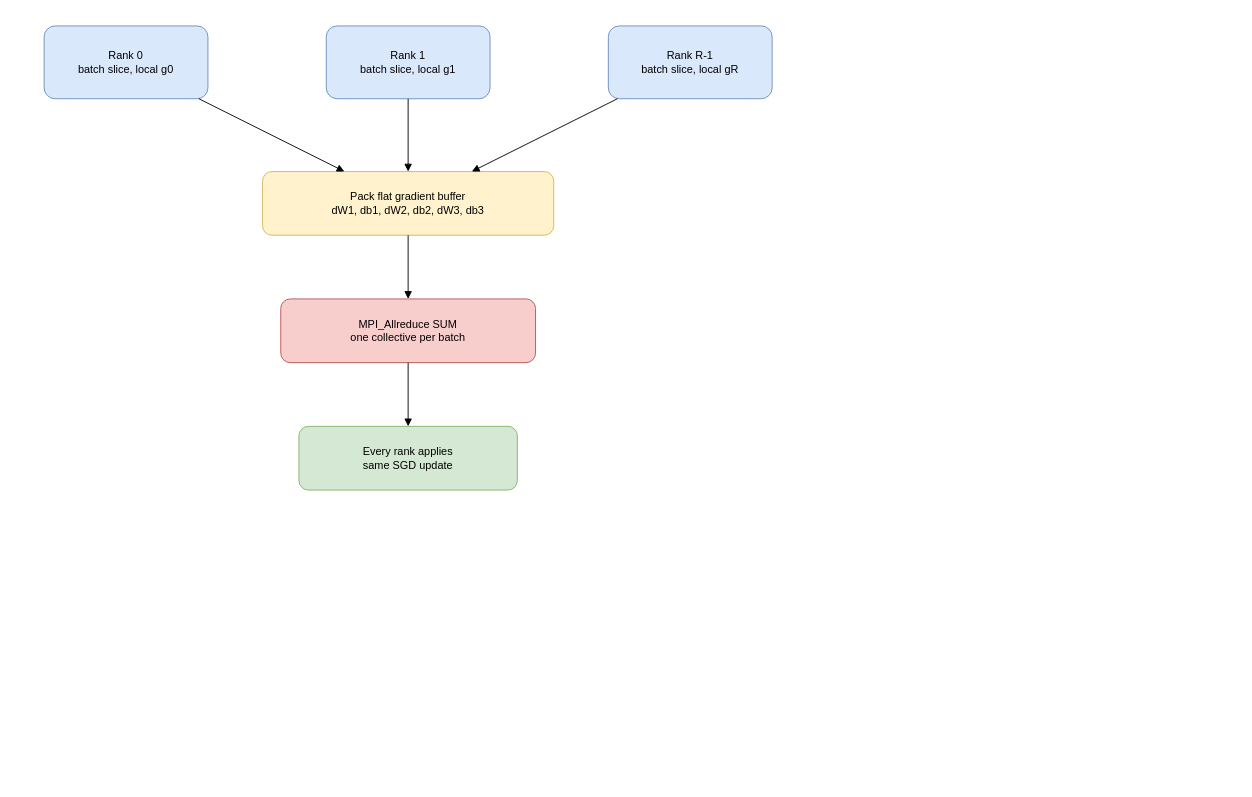
This is page "MPI" (5 of 7) of docs/diagrams/hpc_workflows.drawio from munsif-dev/hpc-project, a draw.io file, before an edit. Source tidied: cells renumbered, new cells numbered last; positions are measured from the earlier drawing's top-left corner, leaving out a move shared by most shapes. Both pictures are drawn from the tidied source at 91%, with x=0, y=0 at pixel (44, 25).
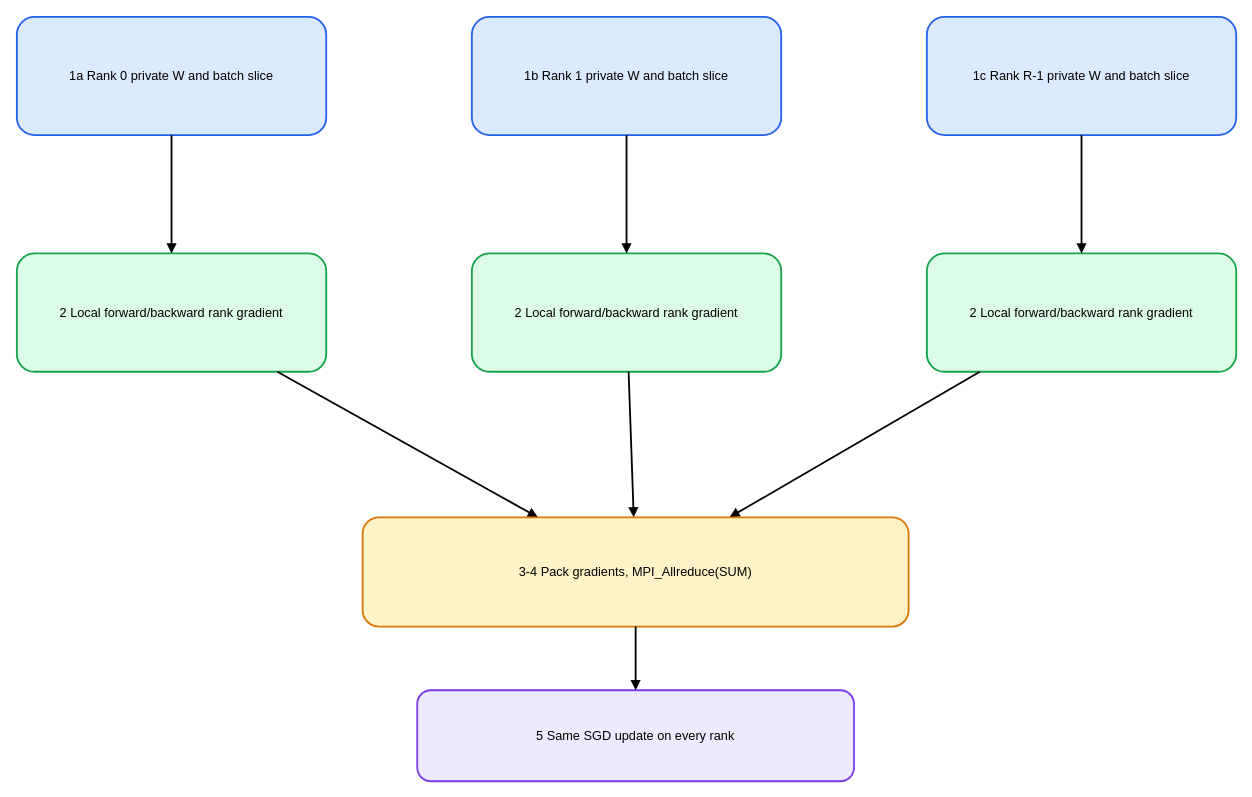
After the change.

What changed in the source:
```diff
@@
 <mxGraphModel>
   <root>
     <mxCell id="0" />
     <mxCell id="1" parent="0" />
-    <mxCell id="2" value="Rank 0&lt;br&gt;batch slice, local g0" style="rounded=1;whiteSpace=wrap;html=1;fillColor=#dae8fc;strokeColor=#6c8ebf;" parent="1" vertex="1">
-      <mxGeometry width="180" height="80" as="geometry" />
-    </mxCell>
-    <mxCell id="3" value="Rank 1&lt;br&gt;batch slice, local g1" style="rounded=1;whiteSpace=wrap;html=1;fillColor=#dae8fc;strokeColor=#6c8ebf;" parent="1" vertex="1">
-      <mxGeometry x="310" width="180" height="80" as="geometry" />
-    </mxCell>
-    <mxCell id="4" value="Rank R-1&lt;br&gt;batch slice, local gR" style="rounded=1;whiteSpace=wrap;html=1;fillColor=#dae8fc;strokeColor=#6c8ebf;" parent="1" vertex="1">
-      <mxGeometry x="620" width="180" height="80" as="geometry" />
-    </mxCell>
-    <mxCell id="5" value="Pack flat gradient buffer&lt;br&gt;dW1, db1, dW2, db2, dW3, db3" style="rounded=1;whiteSpace=wrap;html=1;fillColor=#fff2cc;strokeColor=#d6b656;" parent="1" vertex="1">
-      <mxGeometry x="240" y="160" width="320" height="70" as="geometry" />
-    </mxCell>
-    <mxCell id="6" value="MPI_Allreduce SUM&lt;br&gt;one collective per batch" style="rounded=1;whiteSpace=wrap;html=1;fillColor=#f8cecc;strokeColor=#b85450;" parent="1" vertex="1">
-      <mxGeometry x="260" y="300" width="280" height="70" as="geometry" />
-    </mxCell>
-    <mxCell id="7" value="Every rank applies&lt;br&gt;same SGD update" style="rounded=1;whiteSpace=wrap;html=1;fillColor=#d5e8d4;strokeColor=#82b366;" parent="1" vertex="1">
-      <mxGeometry x="280" y="440" width="240" height="70" as="geometry" />
-    </mxCell>
-    <mxCell id="8" style="endArrow=block;html=1;rounded=0;" parent="1" edge="1" source="2" target="5">
-      <mxGeometry relative="1" as="geometry" />
-    </mxCell>
-    <mxCell id="9" style="endArrow=block;html=1;rounded=0;" parent="1" edge="1" source="3" target="5">
-      <mxGeometry relative="1" as="geometry" />
-    </mxCell>
-    <mxCell id="10" style="endArrow=block;html=1;rounded=0;" parent="1" edge="1" source="4" target="5">
-      <mxGeometry relative="1" as="geometry" />
-    </mxCell>
-    <mxCell id="11" style="endArrow=block;html=1;rounded=0;" parent="1" edge="1" source="5" target="6">
-      <mxGeometry relative="1" as="geometry" />
-    </mxCell>
-    <mxCell id="12" style="endArrow=block;html=1;rounded=0;" parent="1" edge="1" source="6" target="7">
-      <mxGeometry relative="1" as="geometry" />
-    </mxCell>
+    <mxCell id="13" value="1a Rank 0 private W and batch slice" style="rounded=1;whiteSpace=wrap;html=1;fontSize=14;strokeWidth=2;fillColor=#dbeafe;strokeColor=#2563eb;" parent="1" vertex="1">
+      <mxGeometry x="-30" y="-10" width="340" height="130" as="geometry" />
+    </mxCell>
+    <mxCell id="14" value="2 Local forward/backward rank gradient" style="rounded=1;whiteSpace=wrap;html=1;fontSize=14;strokeWidth=2;fillColor=#dcfce7;strokeColor=#16a34a;" parent="1" vertex="1">
+      <mxGeometry x="-30" y="250" width="340" height="130" as="geometry" />
+    </mxCell>
+    <mxCell id="15" style="endArrow=block;html=1;rounded=0;fontSize=14;strokeWidth=2;" parent="1" edge="1" source="13" target="14">
+      <mxGeometry relative="1" as="geometry" />
+    </mxCell>
+    <mxCell id="16" style="endArrow=block;html=1;rounded=0;fontSize=14;strokeWidth=2;" parent="1" edge="1" source="14" target="25">
+      <mxGeometry relative="1" as="geometry" />
+    </mxCell>
+    <mxCell id="17" value="1b Rank 1 private W and batch slice" style="rounded=1;whiteSpace=wrap;html=1;fontSize=14;strokeWidth=2;fillColor=#dbeafe;strokeColor=#2563eb;" parent="1" vertex="1">
+      <mxGeometry x="470" y="-10" width="340" height="130" as="geometry" />
+    </mxCell>
+    <mxCell id="18" value="2 Local forward/backward rank gradient" style="rounded=1;whiteSpace=wrap;html=1;fontSize=14;strokeWidth=2;fillColor=#dcfce7;strokeColor=#16a34a;" parent="1" vertex="1">
+      <mxGeometry x="470" y="250" width="340" height="130" as="geometry" />
+    </mxCell>
+    <mxCell id="19" style="endArrow=block;html=1;rounded=0;fontSize=14;strokeWidth=2;" parent="1" edge="1" source="17" target="18">
+      <mxGeometry relative="1" as="geometry" />
+    </mxCell>
+    <mxCell id="20" style="endArrow=block;html=1;rounded=0;fontSize=14;strokeWidth=2;" parent="1" edge="1" source="18" target="25">
+      <mxGeometry relative="1" as="geometry" />
+    </mxCell>
+    <mxCell id="21" value="1c Rank R-1 private W and batch slice" style="rounded=1;whiteSpace=wrap;html=1;fontSize=14;strokeWidth=2;fillColor=#dbeafe;strokeColor=#2563eb;" parent="1" vertex="1">
+      <mxGeometry x="970" y="-10" width="340" height="130" as="geometry" />
+    </mxCell>
+    <mxCell id="22" value="2 Local forward/backward rank gradient" style="rounded=1;whiteSpace=wrap;html=1;fontSize=14;strokeWidth=2;fillColor=#dcfce7;strokeColor=#16a34a;" parent="1" vertex="1">
+      <mxGeometry x="970" y="250" width="340" height="130" as="geometry" />
+    </mxCell>
+    <mxCell id="23" style="endArrow=block;html=1;rounded=0;fontSize=14;strokeWidth=2;" parent="1" edge="1" source="21" target="22">
+      <mxGeometry relative="1" as="geometry" />
+    </mxCell>
+    <mxCell id="24" style="endArrow=block;html=1;rounded=0;fontSize=14;strokeWidth=2;" parent="1" edge="1" source="22" target="25">
+      <mxGeometry relative="1" as="geometry" />
+    </mxCell>
+    <mxCell id="25" value="3-4 Pack gradients, MPI_Allreduce(SUM)" style="rounded=1;whiteSpace=wrap;html=1;fontSize=14;strokeWidth=2;fillColor=#fef3c7;strokeColor=#d97706;" parent="1" vertex="1">
+      <mxGeometry x="350" y="540" width="600" height="120" as="geometry" />
+    </mxCell>
+    <mxCell id="26" value="5 Same SGD update on every rank" style="rounded=1;whiteSpace=wrap;html=1;fontSize=14;strokeWidth=2;fillColor=#ede9fe;strokeColor=#7c3aed;" parent="1" vertex="1">
+      <mxGeometry x="410" y="730" width="480" height="100" as="geometry" />
+    </mxCell>
+    <mxCell id="27" style="endArrow=block;html=1;rounded=0;fontSize=14;strokeWidth=2;" parent="1" edge="1" source="25" target="26">
+      <mxGeometry relative="1" as="geometry" />
+    </mxCell>
   </root>
 </mxGraphModel>
```
